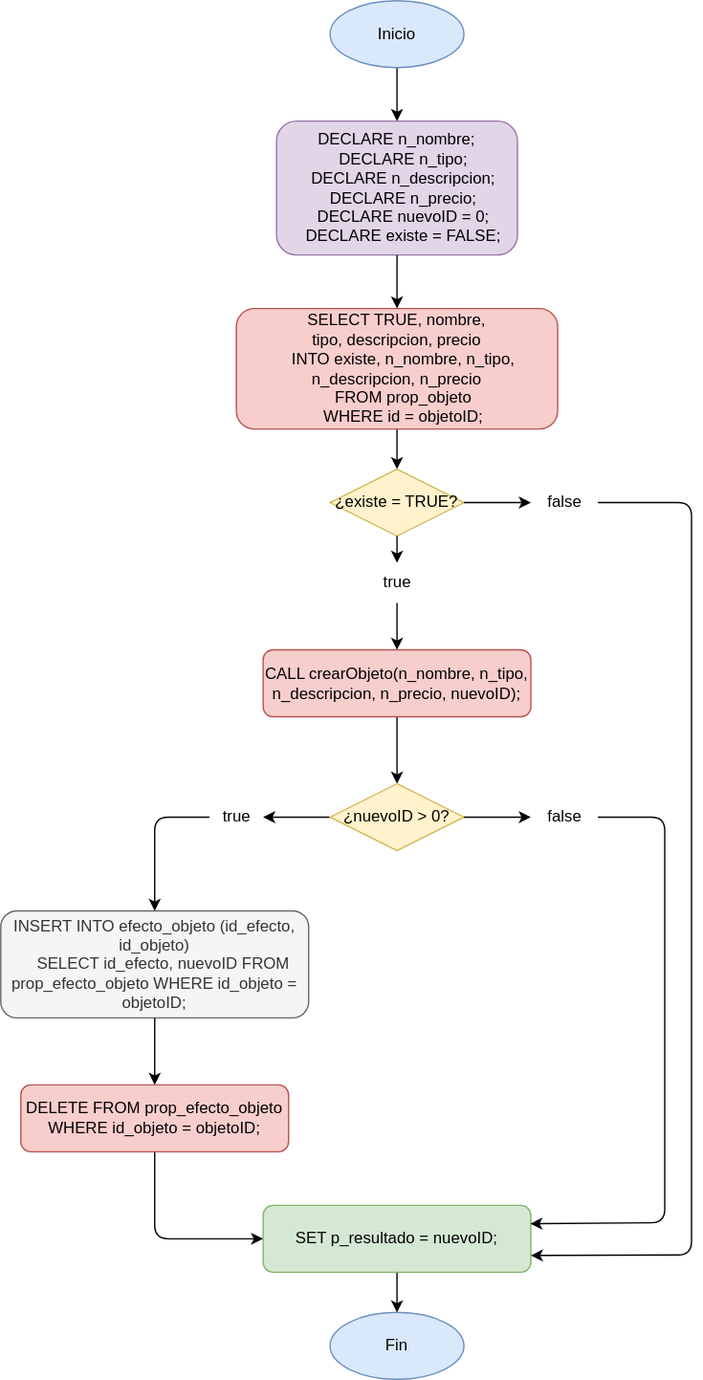
Above: DB_Schema/diagrams/aceptarObjeto.svg in IvanFreireDacoba/LogeVerse (draw.io), before the change. Source tidied: cells renumbered, new cells last; positions are measured from the earlier drawing's top-left corner, leaving out a move shared by most shapes. Its diagram source:
```xml
<mxGraphModel>
  <root>
    <mxCell id="0" />
    <mxCell id="1" parent="0" />
    <mxCell id="2" value="INSERT INTO efecto_objeto (id_efecto, id_objeto)&#10;&#9;   &#9;SELECT id_efecto, nuevoID FROM prop_efecto_objeto WHERE id_objeto = objetoID;" style="rounded=1;whiteSpace=wrap;fillColor=#f5f5f5;strokeColor=#666666;fontColor=#333333;" parent="1" vertex="1">
      <mxGeometry y="680" width="230" height="80" as="geometry" />
    </mxCell>
    <mxCell id="3" parent="1" edge="1" source="2" target="8">
      <mxGeometry relative="1" as="geometry" />
    </mxCell>
    <mxCell id="4" style="edgeStyle=orthogonalEdgeStyle;rounded=1;jettySize=auto;html=1;curved=0;" parent="1" edge="1" source="5" target="2">
      <mxGeometry relative="1" as="geometry">
        <Array as="points">
          <mxPoint x="115" y="610" />
        </Array>
      </mxGeometry>
    </mxCell>
    <mxCell id="5" value="true" style="text;html=1;align=center;verticalAlign=middle;points=[];strokeColor=none;fillColor=none;" parent="1" vertex="1">
      <mxGeometry x="156" y="595" width="40" height="30" as="geometry" />
    </mxCell>
    <mxCell id="6" style="edgeStyle=orthogonalEdgeStyle;rounded=0;jettySize=auto;html=1;" parent="1" edge="1" source="15" target="5">
      <mxGeometry relative="1" as="geometry" />
    </mxCell>
    <mxCell id="7" style="edgeStyle=orthogonalEdgeStyle;rounded=1;jettySize=auto;html=1;exitX=0.5;exitY=1;exitDx=0;exitDy=0;curved=0;" parent="1" edge="1" source="8" target="20">
      <mxGeometry relative="1" as="geometry">
        <Array as="points">
          <mxPoint x="115" y="925" />
        </Array>
      </mxGeometry>
    </mxCell>
    <mxCell id="8" value="DELETE FROM prop_efecto_objeto WHERE id_objeto = objetoID;" style="rounded=1;whiteSpace=wrap;fillColor=#f8cecc;strokeColor=#b85450;" parent="1" vertex="1">
      <mxGeometry x="15" y="810" width="200" height="50" as="geometry" />
    </mxCell>
    <mxCell id="9" style="edgeStyle=orthogonalEdgeStyle;rounded=0;jettySize=auto;html=1;" parent="1" edge="1" source="10" target="11">
      <mxGeometry relative="1" as="geometry" />
    </mxCell>
    <mxCell id="10" value="Inicio" style="ellipse;whiteSpace=wrap;fillColor=#dae8fc;strokeColor=#6c8ebf;" parent="1" vertex="1">
      <mxGeometry x="246" width="100" height="50" as="geometry" />
    </mxCell>
    <mxCell id="11" value="&#9;DECLARE n_nombre;&#10;   DECLARE n_tipo;&#10;   DECLARE n_descripcion;&#10;   DECLARE n_precio;&#10;   DECLARE nuevoID = 0;&#10;   DECLARE existe = FALSE;" style="rounded=1;whiteSpace=wrap;fillColor=#e1d5e7;strokeColor=#9673a6;" parent="1" vertex="1">
      <mxGeometry x="206" y="90" width="180" height="100" as="geometry" />
    </mxCell>
    <mxCell id="12" value="¿existe = TRUE?" style="rhombus;whiteSpace=wrap;fillColor=#fff2cc;strokeColor=#d6b656;" parent="1" vertex="1">
      <mxGeometry x="246" y="350" width="100" height="50" as="geometry" />
    </mxCell>
    <mxCell id="13" style="edgeStyle=orthogonalEdgeStyle;rounded=0;jettySize=auto;html=1;" parent="1" edge="1" source="14" target="15">
      <mxGeometry relative="1" as="geometry" />
    </mxCell>
    <mxCell id="14" value="CALL crearObjeto(n_nombre, n_tipo, n_descripcion, n_precio, nuevoID);" style="rounded=1;whiteSpace=wrap;fillColor=#f8cecc;strokeColor=#b85450;" parent="1" vertex="1">
      <mxGeometry x="196" y="485" width="200" height="50" as="geometry" />
    </mxCell>
    <mxCell id="15" value="¿nuevoID &gt; 0?" style="rhombus;whiteSpace=wrap;fillColor=#fff2cc;strokeColor=#d6b656;" parent="1" vertex="1">
      <mxGeometry x="246" y="585" width="100" height="50" as="geometry" />
    </mxCell>
    <mxCell id="16" parent="1" edge="1" source="27" target="12">
      <mxGeometry relative="1" as="geometry" />
    </mxCell>
    <mxCell id="17" parent="1" edge="1" source="22" target="14">
      <mxGeometry relative="1" as="geometry" />
    </mxCell>
    <mxCell id="18" value="Fin" style="ellipse;whiteSpace=wrap;fillColor=#dae8fc;strokeColor=#6c8ebf;" parent="1" vertex="1">
      <mxGeometry x="246" y="980" width="100" height="50" as="geometry" />
    </mxCell>
    <mxCell id="19" style="edgeStyle=orthogonalEdgeStyle;rounded=0;jettySize=auto;html=1;" parent="1" edge="1" source="20" target="18">
      <mxGeometry relative="1" as="geometry" />
    </mxCell>
    <mxCell id="20" value="SET p_resultado = nuevoID;" style="rounded=1;whiteSpace=wrap;fillColor=#d5e8d4;strokeColor=#82b366;" parent="1" vertex="1">
      <mxGeometry x="196" y="900" width="200" height="50" as="geometry" />
    </mxCell>
    <mxCell id="21" parent="1" edge="1" source="12" target="22">
      <mxGeometry relative="1" as="geometry" />
    </mxCell>
    <mxCell id="22" value="true" style="text;html=1;align=center;verticalAlign=middle;points=[];strokeColor=none;fillColor=none;" parent="1" vertex="1">
      <mxGeometry x="276" y="420" width="40" height="30" as="geometry" />
    </mxCell>
    <mxCell id="23" style="edgeStyle=orthogonalEdgeStyle;rounded=0;jettySize=auto;html=1;exitX=1;exitY=0.5;exitDx=0;exitDy=0;" parent="1" edge="1" source="12" target="24">
      <mxGeometry relative="1" as="geometry" />
    </mxCell>
    <mxCell id="24" value="false" style="text;html=1;align=center;verticalAlign=middle;points=[];strokeColor=none;fillColor=none;" parent="1" vertex="1">
      <mxGeometry x="396" y="360" width="50" height="30" as="geometry" />
    </mxCell>
    <mxCell id="25" style="edgeStyle=orthogonalEdgeStyle;rounded=0;jettySize=auto;html=1;exitX=1;exitY=0.5;exitDx=0;exitDy=0;" parent="1" edge="1" source="15" target="26">
      <mxGeometry relative="1" as="geometry" />
    </mxCell>
    <mxCell id="26" value="false" style="text;html=1;align=center;verticalAlign=middle;points=[];strokeColor=none;fillColor=none;" parent="1" vertex="1">
      <mxGeometry x="396" y="595" width="50" height="30" as="geometry" />
    </mxCell>
    <mxCell id="27" value="SELECT TRUE, nombre,&#10;tipo, descripcion, precio&#10;   INTO existe, n_nombre, n_tipo, n_descripcion, n_precio&#10;   FROM prop_objeto&#10;   WHERE id = objetoID;" style="rounded=1;whiteSpace=wrap;fillColor=#f8cecc;strokeColor=#b85450;" parent="1" vertex="1">
      <mxGeometry x="176" y="230" width="240" height="90" as="geometry" />
    </mxCell>
    <mxCell id="28" parent="1" edge="1" source="11" target="27">
      <mxGeometry relative="1" as="geometry" />
    </mxCell>
    <mxCell id="29" style="endArrow=classic;html=1;rounded=1;curved=0;entryX=0.998;entryY=0.275;entryDx=0;entryDy=0;entryPerimeter=0;" parent="1" edge="1" source="26" target="20">
      <mxGeometry relative="1" as="geometry">
        <Array as="points">
          <mxPoint x="496" y="610" />
          <mxPoint x="496" y="913" />
        </Array>
      </mxGeometry>
    </mxCell>
    <mxCell id="30" style="endArrow=classic;html=1;rounded=1;entryX=1;entryY=0.75;entryDx=0;entryDy=0;curved=0;" parent="1" edge="1" source="24" target="20">
      <mxGeometry relative="1" as="geometry">
        <Array as="points">
          <mxPoint x="516" y="375" />
          <mxPoint x="516" y="937" />
        </Array>
      </mxGeometry>
    </mxCell>
  </root>
</mxGraphModel>
```
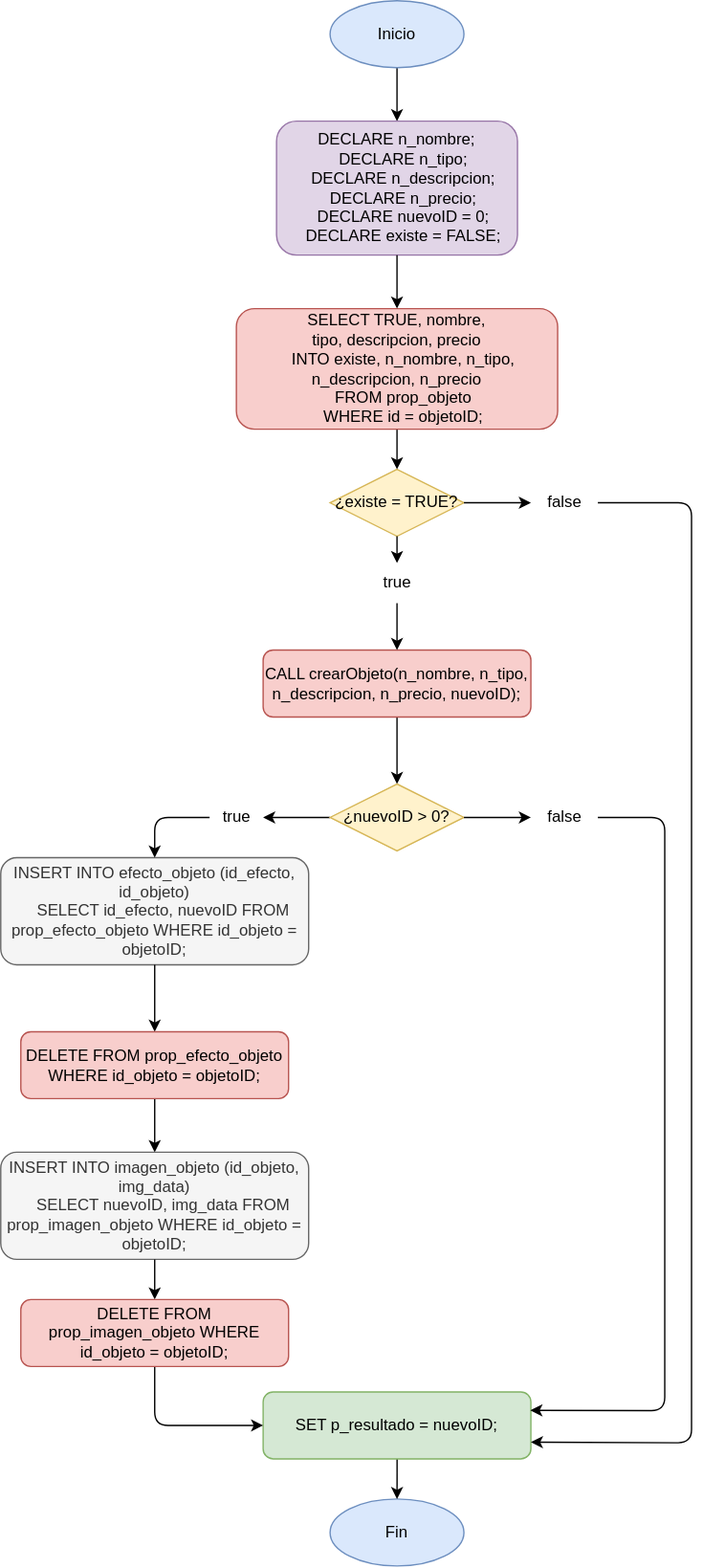
The same diagram one commit later.

Change to the diagram source:
```diff
@@ -3,7 +3,7 @@
     <mxCell id="0" />
     <mxCell id="1" parent="0" />
     <mxCell id="2" value="INSERT INTO efecto_objeto (id_efecto, id_objeto)&#10;&#9;   &#9;SELECT id_efecto, nuevoID FROM prop_efecto_objeto WHERE id_objeto = objetoID;" style="rounded=1;whiteSpace=wrap;fillColor=#f5f5f5;strokeColor=#666666;fontColor=#333333;" parent="1" vertex="1">
-      <mxGeometry y="680" width="230" height="80" as="geometry" />
+      <mxGeometry y="640" width="230" height="80" as="geometry" />
     </mxCell>
     <mxCell id="3" parent="1" edge="1" source="2" target="8">
       <mxGeometry relative="1" as="geometry" />
@@ -21,15 +21,15 @@
     <mxCell id="6" style="edgeStyle=orthogonalEdgeStyle;rounded=0;jettySize=auto;html=1;" parent="1" edge="1" source="15" target="5">
       <mxGeometry relative="1" as="geometry" />
     </mxCell>
-    <mxCell id="7" style="edgeStyle=orthogonalEdgeStyle;rounded=1;jettySize=auto;html=1;exitX=0.5;exitY=1;exitDx=0;exitDy=0;curved=0;" parent="1" edge="1" source="8" target="20">
+    <mxCell id="7" style="edgeStyle=orthogonalEdgeStyle;rounded=1;jettySize=auto;html=1;exitX=0.5;exitY=1;exitDx=0;exitDy=0;curved=0;" parent="1" edge="1" source="8" target="31">
       <mxGeometry relative="1" as="geometry">
         <Array as="points">
-          <mxPoint x="115" y="925" />
+          <mxPoint x="115" y="885" />
         </Array>
       </mxGeometry>
     </mxCell>
     <mxCell id="8" value="DELETE FROM prop_efecto_objeto WHERE id_objeto = objetoID;" style="rounded=1;whiteSpace=wrap;fillColor=#f8cecc;strokeColor=#b85450;" parent="1" vertex="1">
-      <mxGeometry x="15" y="810" width="200" height="50" as="geometry" />
+      <mxGeometry x="15" y="770" width="200" height="50" as="geometry" />
     </mxCell>
     <mxCell id="9" style="edgeStyle=orthogonalEdgeStyle;rounded=0;jettySize=auto;html=1;" parent="1" edge="1" source="10" target="11">
       <mxGeometry relative="1" as="geometry" />
@@ -59,13 +59,13 @@
       <mxGeometry relative="1" as="geometry" />
     </mxCell>
     <mxCell id="18" value="Fin" style="ellipse;whiteSpace=wrap;fillColor=#dae8fc;strokeColor=#6c8ebf;" parent="1" vertex="1">
-      <mxGeometry x="246" y="980" width="100" height="50" as="geometry" />
+      <mxGeometry x="246" y="1119" width="100" height="50" as="geometry" />
     </mxCell>
     <mxCell id="19" style="edgeStyle=orthogonalEdgeStyle;rounded=0;jettySize=auto;html=1;" parent="1" edge="1" source="20" target="18">
       <mxGeometry relative="1" as="geometry" />
     </mxCell>
     <mxCell id="20" value="SET p_resultado = nuevoID;" style="rounded=1;whiteSpace=wrap;fillColor=#d5e8d4;strokeColor=#82b366;" parent="1" vertex="1">
-      <mxGeometry x="196" y="900" width="200" height="50" as="geometry" />
+      <mxGeometry x="196" y="1039" width="200" height="50" as="geometry" />
     </mxCell>
     <mxCell id="21" parent="1" edge="1" source="12" target="22">
       <mxGeometry relative="1" as="geometry" />
@@ -95,7 +95,7 @@
       <mxGeometry relative="1" as="geometry">
         <Array as="points">
           <mxPoint x="496" y="610" />
-          <mxPoint x="496" y="913" />
+          <mxPoint x="496" y="1053" />
         </Array>
       </mxGeometry>
     </mxCell>
@@ -103,9 +103,21 @@
       <mxGeometry relative="1" as="geometry">
         <Array as="points">
           <mxPoint x="516" y="375" />
-          <mxPoint x="516" y="937" />
+          <mxPoint x="516" y="1077" />
         </Array>
       </mxGeometry>
     </mxCell>
+    <mxCell id="31" value="INSERT INTO imagen_objeto (id_objeto, img_data)&#10;&#9;   &#9;SELECT nuevoID, img_data FROM prop_imagen_objeto WHERE id_objeto = objetoID;" style="rounded=1;whiteSpace=wrap;fillColor=#f5f5f5;strokeColor=#666666;fontColor=#333333;" parent="1" vertex="1">
+      <mxGeometry y="860" width="230" height="80" as="geometry" />
+    </mxCell>
+    <mxCell id="32" parent="1" edge="1" source="31" target="34">
+      <mxGeometry relative="1" as="geometry" />
+    </mxCell>
+    <mxCell id="33" style="edgeStyle=orthogonalEdgeStyle;rounded=1;jettySize=auto;html=1;exitX=0.5;exitY=1;exitDx=0;exitDy=0;entryX=0;entryY=0.5;entryDx=0;entryDy=0;curved=0;" parent="1" edge="1" source="34" target="20">
+      <mxGeometry relative="1" as="geometry" />
+    </mxCell>
+    <mxCell id="34" value="DELETE FROM prop_imagen_objeto WHERE id_objeto = objetoID;" style="rounded=1;whiteSpace=wrap;fillColor=#f8cecc;strokeColor=#b85450;" parent="1" vertex="1">
+      <mxGeometry x="15" y="970" width="200" height="50" as="geometry" />
+    </mxCell>
   </root>
 </mxGraphModel>
```
